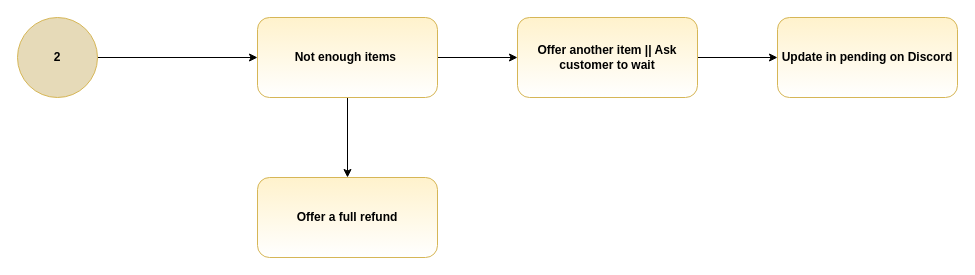
Above: Copy of Flowchartforbusiness.drawio in dbarif/Diagrams.netd_b (draw.io), before the change. Source tidied: cells renumbered, new cells numbered last; positions are measured from the earlier drawing's top-left corner, leaving out a move shared by most shapes. Both pictures are drawn from the tidied source at 100%, with x=0, y=0 at pixel (17, 17).
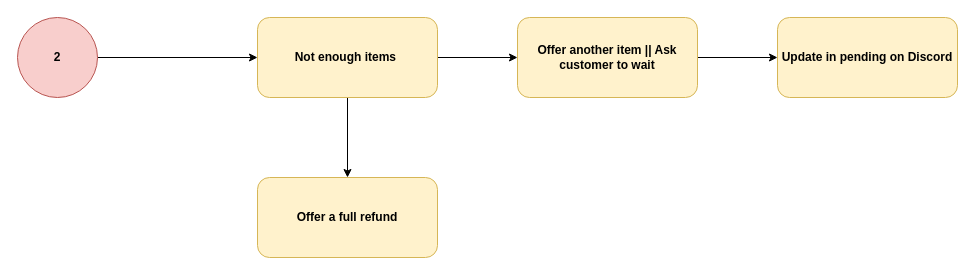
Above is the later version.

Change to the diagram source:
```diff
@@
 <mxGraphModel>
   <root>
     <mxCell id="0" />
     <mxCell id="1" parent="0" />
     <mxCell id="2" style="edgeStyle=orthogonalEdgeStyle;rounded=0;jettySize=auto;html=1;entryX=0;entryY=0.5;entryDx=0;entryDy=0;" parent="1" edge="1" source="4" target="6">
       <mxGeometry relative="1" as="geometry" />
     </mxCell>
     <mxCell id="3" style="edgeStyle=orthogonalEdgeStyle;rounded=0;jettySize=auto;html=1;" parent="1" edge="1" source="4" target="8">
       <mxGeometry relative="1" as="geometry" />
     </mxCell>
-    <mxCell id="4" value="Not enough items&amp;nbsp;" style="rounded=1;whiteSpace=wrap;html=1;fontSize=12;glass=0;strokeWidth=1;shadow=0;fontStyle=1;strokeColor=#d6b656;align=center;verticalAlign=middle;fontFamily=Helvetica;fontColor=default;fillColor=#fff2cc;gradientColor=#FFFFFF;" parent="1" vertex="1">
+    <mxCell id="4" value="Not enough items&amp;nbsp;" style="rounded=1;whiteSpace=wrap;html=1;fontSize=12;glass=0;strokeWidth=1;shadow=0;fontStyle=1;strokeColor=#d6b656;align=center;verticalAlign=middle;fontFamily=Helvetica;fontColor=default;fillColor=#fff2cc;gradientColor=none;" parent="1" vertex="1">
       <mxGeometry x="240" width="180" height="80" as="geometry" />
     </mxCell>
     <mxCell id="5" style="edgeStyle=orthogonalEdgeStyle;rounded=0;jettySize=auto;html=1;" parent="1" edge="1" source="6" target="7">
       <mxGeometry relative="1" as="geometry" />
     </mxCell>
-    <mxCell id="6" value="Offer another item || Ask customer to wait" style="rounded=1;whiteSpace=wrap;html=1;fontSize=12;glass=0;strokeWidth=1;shadow=0;fontStyle=1;strokeColor=#d6b656;align=center;verticalAlign=middle;fontFamily=Helvetica;fontColor=default;fillColor=#fff2cc;gradientColor=#FFFFFF;" parent="1" vertex="1">
+    <mxCell id="6" value="Offer another item || Ask customer to wait" style="rounded=1;whiteSpace=wrap;html=1;fontSize=12;glass=0;strokeWidth=1;shadow=0;fontStyle=1;strokeColor=#d6b656;align=center;verticalAlign=middle;fontFamily=Helvetica;fontColor=default;fillColor=#fff2cc;gradientColor=none;" parent="1" vertex="1">
       <mxGeometry x="500" width="180" height="80" as="geometry" />
     </mxCell>
-    <mxCell id="7" value="Update in pending on Discord" style="rounded=1;whiteSpace=wrap;html=1;fontSize=12;glass=0;strokeWidth=1;shadow=0;fontStyle=1;strokeColor=#d6b656;align=center;verticalAlign=middle;fontFamily=Helvetica;fontColor=default;fillColor=#fff2cc;gradientColor=#FFFFFF;" parent="1" vertex="1">
+    <mxCell id="7" value="Update in pending on Discord" style="rounded=1;whiteSpace=wrap;html=1;fontSize=12;glass=0;strokeWidth=1;shadow=0;fontStyle=1;strokeColor=#d6b656;align=center;verticalAlign=middle;fontFamily=Helvetica;fontColor=default;fillColor=#fff2cc;gradientColor=none;" parent="1" vertex="1">
       <mxGeometry x="760" width="180" height="80" as="geometry" />
     </mxCell>
-    <mxCell id="8" value="Offer a full refund" style="rounded=1;whiteSpace=wrap;html=1;fontSize=12;glass=0;strokeWidth=1;shadow=0;fontStyle=1;strokeColor=#d6b656;align=center;verticalAlign=middle;fontFamily=Helvetica;fontColor=default;fillColor=#fff2cc;gradientColor=#FFFFFF;" parent="1" vertex="1">
+    <mxCell id="8" value="Offer a full refund" style="rounded=1;whiteSpace=wrap;html=1;fontSize=12;glass=0;strokeWidth=1;shadow=0;fontStyle=1;strokeColor=#d6b656;align=center;verticalAlign=middle;fontFamily=Helvetica;fontColor=default;fillColor=#fff2cc;gradientColor=none;" parent="1" vertex="1">
       <mxGeometry x="240" y="160" width="180" height="80" as="geometry" />
     </mxCell>
     <mxCell id="9" style="edgeStyle=orthogonalEdgeStyle;rounded=0;jettySize=auto;html=1;" parent="1" edge="1" source="10" target="4">
       <mxGeometry relative="1" as="geometry" />
     </mxCell>
-    <mxCell id="10" value="2" style="ellipse;whiteSpace=wrap;html=1;fontStyle=1;rounded=1;shadow=0;glass=0;strokeColor=#d6b656;strokeWidth=1;align=center;verticalAlign=middle;fontFamily=Helvetica;fontSize=12;fontColor=default;fillColor=#E6DAB8;gradientColor=none;" parent="1" vertex="1">
+    <mxCell id="10" value="2" style="ellipse;whiteSpace=wrap;html=1;fontStyle=1;rounded=1;shadow=0;glass=0;strokeColor=#b85450;strokeWidth=1;align=center;verticalAlign=middle;fontFamily=Helvetica;fontSize=12;fillColor=#f8cecc;" parent="1" vertex="1">
       <mxGeometry width="80" height="80" as="geometry" />
     </mxCell>
   </root>
 </mxGraphModel>
```
